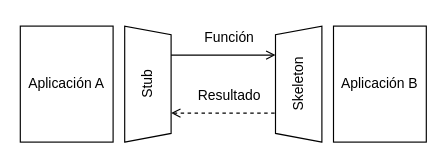
The draw.io diagram diagrams/Remote_Procedure_Invocation.drawio in ucudal/ANDIS_Conceptos, before the edit. Source tidied: cells renumbered, new cells numbered last; positions are measured from the earlier drawing's top-left corner, leaving out a move shared by most shapes. Both pictures are drawn from the tidied source at 116%, with x=0, y=0 at pixel (20, 20).
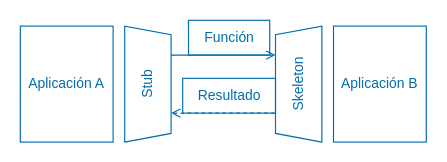
After the change.

Diff of the diagram source:
```diff
@@
 <mxGraphModel>
   <root>
     <mxCell id="0" />
     <mxCell id="1" parent="0" />
-    <mxCell id="2" value="Aplicación A" style="rounded=0;whiteSpace=wrap;html=1;strokeColor=light-dark(#000000,#006EAF);fontColor=light-dark(#000000,#006EAF);fillColor=none;" parent="1" vertex="1">
+    <mxCell id="2" value="Aplicación A" style="rounded=0;whiteSpace=wrap;html=1;strokeColor=light-dark(#006EAF,#006EAF);fontColor=light-dark(#006EAF,#006EAF);fillColor=none;" parent="1" vertex="1">
       <mxGeometry y="5" width="80" height="100" as="geometry" />
     </mxCell>
-    <mxCell id="3" value="Aplicación B" style="rounded=0;whiteSpace=wrap;html=1;strokeColor=light-dark(#000000,#006EAF);fontColor=light-dark(#000000,#006EAF);fillColor=none;" parent="1" vertex="1">
+    <mxCell id="3" value="Aplicación B" style="rounded=0;whiteSpace=wrap;html=1;strokeColor=light-dark(#006EAF,#006EAF);fontColor=light-dark(#006EAF,#006EAF);fillColor=none;" parent="1" vertex="1">
       <mxGeometry x="270" y="5" width="80" height="100" as="geometry" />
     </mxCell>
-    <mxCell id="4" style="edgeStyle=none;html=1;endArrow=open;endFill=0;strokeColor=light-dark(#000000,#006EAF);fontColor=light-dark(#000000,#006EAF);exitX=0.75;exitY=1;exitDx=0;exitDy=0;entryX=0.75;entryY=0;entryDx=0;entryDy=0;" parent="1" edge="1" source="5" target="6">
+    <mxCell id="4" style="edgeStyle=none;html=1;endArrow=open;endFill=0;strokeColor=light-dark(#006EAF,#006EAF);fontColor=light-dark(#006EAF,#006EAF);exitX=0.75;exitY=1;exitDx=0;exitDy=0;entryX=0.75;entryY=0;entryDx=0;entryDy=0;" parent="1" edge="1" source="5" target="6">
       <mxGeometry relative="1" as="geometry" />
     </mxCell>
-    <mxCell id="5" value="Stub" style="verticalLabelPosition=middle;verticalAlign=middle;html=1;shape=trapezoid;perimeter=trapezoidPerimeter;whiteSpace=wrap;size=0.07500000000000001;arcSize=10;flipV=1;labelPosition=center;align=center;rotation=-90;strokeColor=light-dark(#000000,#006EAF);fontColor=light-dark(#000000,#006EAF);fillColor=none;" parent="1" vertex="1">
+    <mxCell id="5" value="Stub" style="verticalLabelPosition=middle;verticalAlign=middle;html=1;shape=trapezoid;perimeter=trapezoidPerimeter;whiteSpace=wrap;size=0.07500000000000001;arcSize=10;flipV=1;labelPosition=center;align=center;rotation=-90;strokeColor=light-dark(#006EAF,#006EAF);fontColor=light-dark(#006EAF,#006EAF);fillColor=none;" parent="1" vertex="1">
       <mxGeometry x="60" y="35" width="100" height="40" as="geometry" />
     </mxCell>
-    <mxCell id="6" value="Skeleton" style="verticalLabelPosition=middle;verticalAlign=middle;html=1;shape=trapezoid;perimeter=trapezoidPerimeter;whiteSpace=wrap;size=0.07500000000000001;arcSize=10;flipV=0;labelPosition=center;align=center;rotation=-90;strokeColor=light-dark(#000000,#006EAF);fontColor=light-dark(#000000,#006EAF);fillColor=none;" parent="1" vertex="1">
+    <mxCell id="6" value="Skeleton" style="verticalLabelPosition=middle;verticalAlign=middle;html=1;shape=trapezoid;perimeter=trapezoidPerimeter;whiteSpace=wrap;size=0.07500000000000001;arcSize=10;flipV=0;labelPosition=center;align=center;rotation=-90;strokeColor=light-dark(#006EAF,#006EAF);fontColor=light-dark(#006EAF,#006EAF);fillColor=none;" parent="1" vertex="1">
       <mxGeometry x="190" y="35" width="100" height="40" as="geometry" />
     </mxCell>
-    <mxCell id="7" value="Función" style="text;html=1;align=center;verticalAlign=middle;strokeColor=none;fillColor=none;fontColor=light-dark(#000000,#006EAF);" parent="1" vertex="1">
+    <mxCell id="7" value="Función" style="text;html=1;align=center;verticalAlign=middle;strokeColor=light-dark(#006EAF,#006EAF);fillColor=none;fontColor=light-dark(#006EAF,#006EAF);" parent="1" vertex="1">
       <mxGeometry x="145" width="70" height="30" as="geometry" />
     </mxCell>
-    <mxCell id="8" value="Resultado" style="text;html=1;align=center;verticalAlign=middle;strokeColor=none;fillColor=none;fontColor=light-dark(#000000,#006EAF);" parent="1" vertex="1">
+    <mxCell id="8" value="Resultado" style="text;html=1;align=center;verticalAlign=middle;strokeColor=light-dark(#006EAF,#006EAF);fillColor=none;fontColor=light-dark(#006EAF,#006EAF);" parent="1" vertex="1">
       <mxGeometry x="140" y="50" width="80" height="30" as="geometry" />
     </mxCell>
-    <mxCell id="9" style="edgeStyle=none;html=1;endArrow=none;endFill=0;strokeColor=light-dark(#000000,#006EAF);fontColor=light-dark(#000000,#006EAF);dashed=1;startArrow=open;startFill=0;exitX=0.25;exitY=1;exitDx=0;exitDy=0;entryX=0.25;entryY=0;entryDx=0;entryDy=0;" parent="1" edge="1" source="5" target="6">
+    <mxCell id="9" style="edgeStyle=none;html=1;endArrow=none;endFill=0;strokeColor=light-dark(#006EAF,#006EAF);fontColor=light-dark(#006EAF,#006EAF);dashed=1;startArrow=open;startFill=0;exitX=0.25;exitY=1;exitDx=0;exitDy=0;entryX=0.25;entryY=0;entryDx=0;entryDy=0;" parent="1" edge="1" source="5" target="6">
       <mxGeometry relative="1" as="geometry" />
     </mxCell>
   </root>
 </mxGraphModel>
```
